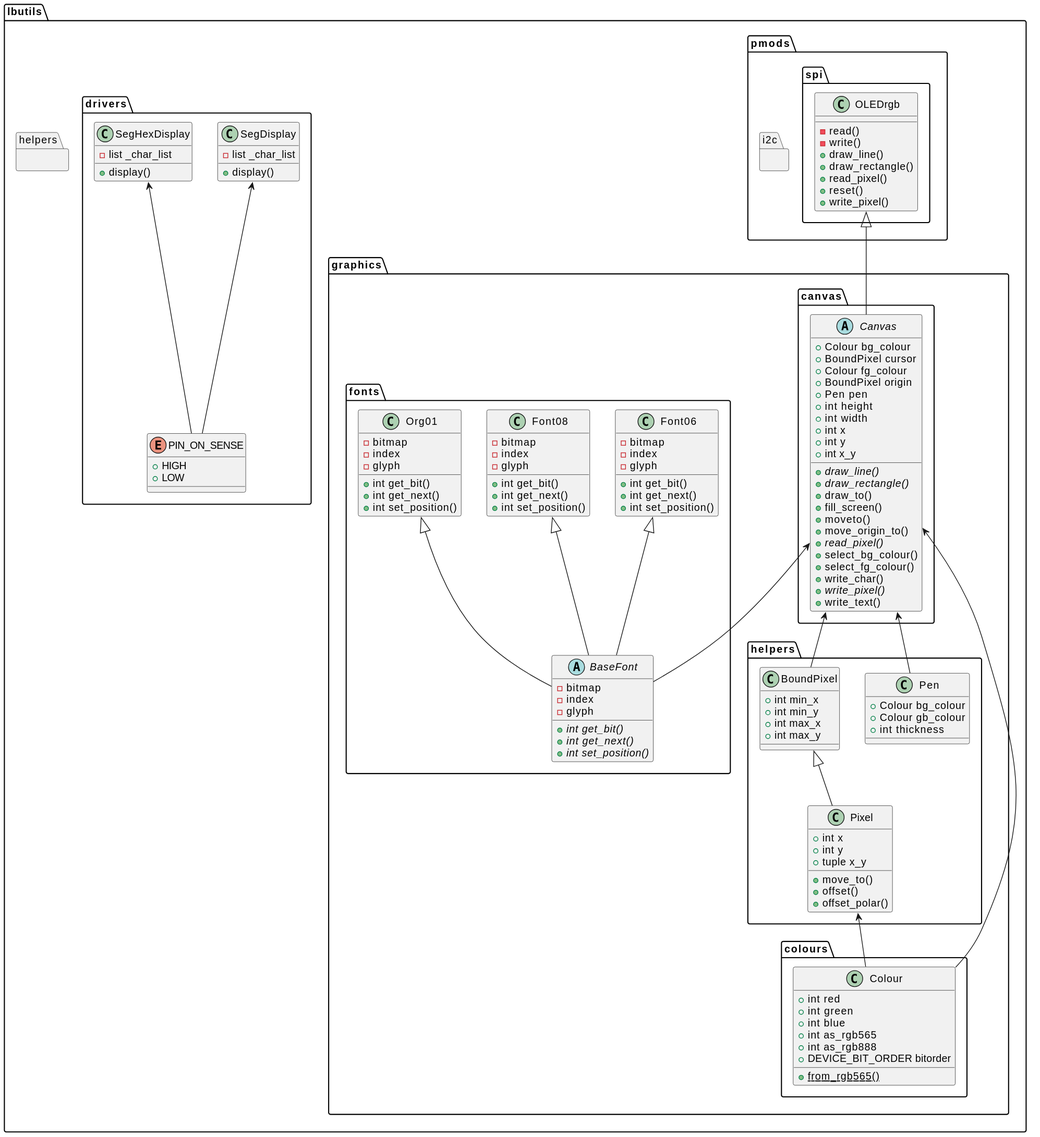
Earlier version of the PlantUML export docs/media/lbutils.svg (dlove24/lbutils). The source it was exported from:
```plantuml
@startuml
namespace lbutils {
    namespace drivers {
        class SegDisplay {
            - list _char_list
            + display()
            }
        class SegHexDisplay {
            - list _char_list
            + display()
            }
        enum PIN_ON_SENSE {
            + HIGH
            + LOW
        }
    }
    namespace graphics {
    namespace helpers {
        class Pen {
            +Colour bg_colour
            +Colour gb_colour
            +int thickness
            }
        class Pixel {
            +int x
            +int y
            +tuple x_y
            +move_to()
            +offset()
            +offset_polar()
            }
        class BoundPixel {
            +int min_x
            +int min_y
            +int max_x
            +int max_y
            }
    }
    namespace fonts {
        abstract class BaseFont {
            - bitmap
            - index
            - glyph
            {abstract} +int get_bit()
            {abstract} +int get_next()
            {abstract} +int set_position()
            }
        class Font06 {
            - bitmap
            - index
            - glyph
            +int get_bit()
            +int get_next()
            +int set_position()
            }
        class Font08{
            - bitmap
            - index
            - glyph
            +int get_bit()
            +int get_next()
            +int set_position()
            }
        class Org01{
            - bitmap
            - index
            - glyph
            +int get_bit()
            +int get_next()
            +int set_position()
            }

        }
    namespace colours {
        class Colour {
            +int red
            +int green
            +int blue
            +int as_rgb565
            +int as_rgb888
            +DEVICE_BIT_ORDER bitorder
            {static} +from_rgb565()
        }
    }
    namespace canvas {
        abstract class Canvas {
            +Colour bg_colour
            +BoundPixel cursor
            +Colour fg_colour
            +BoundPixel origin
            +Pen pen
            +int height
            +int width
            +int x
            +int y
            +int x_y
            {abstract} +draw_line()
            {abstract} +draw_rectangle()
            +draw_to()
            +fill_screen()
            +moveto()
            +move_origin_to()
            {abstract} +read_pixel()
            +select_bg_colour()
            +select_fg_colour()
            +write_char()
            {abstract} +write_pixel()
            +write_text()
            }
        }
    }
    namespace helpers {
    }
    namespace pmods {
        namespace i2c {
        }
        namespace spi {
            class OLEDrgb {
                - read()
                - write()
                + draw_line()
                + draw_rectangle()
                + read_pixel()
                + reset()
                + write_pixel()
                }
        }
    }
}

lbutils.drivers.SegDisplay <-- lbutils.drivers.PIN_ON_SENSE
lbutils.drivers.SegHexDisplay <-- lbutils.drivers.PIN_ON_SENSE

lbutils.graphics.fonts.Font06 <|-- lbutils.graphics.fonts.BaseFont
lbutils.graphics.fonts.Font08 <|-- lbutils.graphics.fonts.BaseFont
lbutils.graphics.fonts.Org01 <|-- lbutils.graphics.fonts.BaseFont

lbutils.graphics.helpers.Pixel <-- lbutils.graphics.colours.Colour
lbutils.graphics.helpers.BoundPixel <|-- lbutils.graphics.helpers.Pixel

lbutils.graphics.canvas.Canvas <-- lbutils.graphics.colours.Colour
lbutils.graphics.canvas.Canvas <-- lbutils.graphics.helpers.BoundPixel
lbutils.graphics.canvas.Canvas <-- lbutils.graphics.helpers.Pen
lbutils.graphics.canvas.Canvas <-- lbutils.graphics.fonts.BaseFont

lbutils.pmods.spi.OLEDrgb <|-- lbutils.graphics.canvas.Canvas
@enduml
```
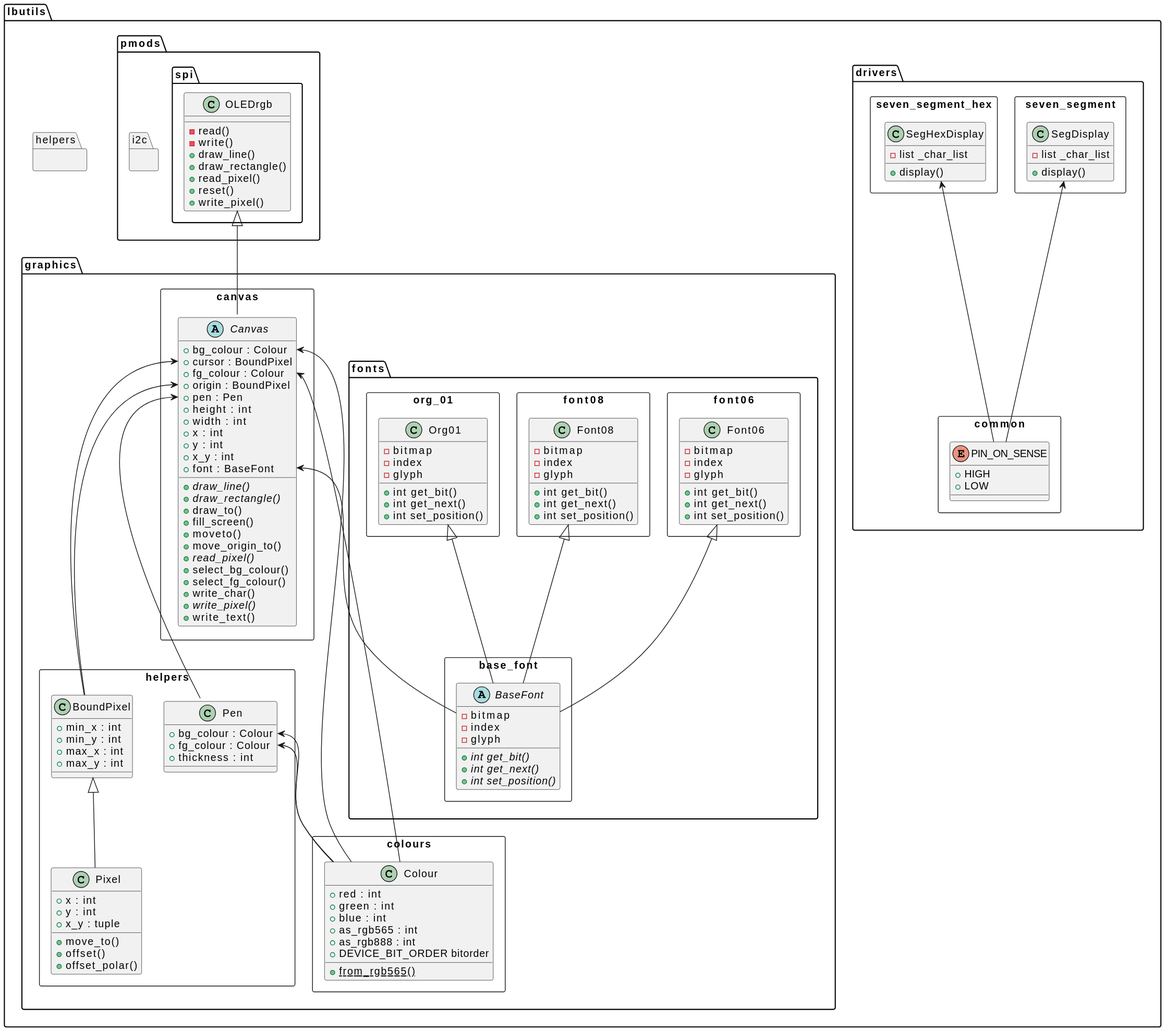
After the change.

Diff of the diagram source:
```diff
@@ -1,99 +1,113 @@
 @startuml
 namespace lbutils {
     namespace drivers {
-        class SegDisplay {
-            - list _char_list
-            + display()
+        namespace seven_segment <<Rectangle>> {
+            class SegDisplay {
+                - list _char_list
+                + display()
+                }
+        }
+        namespace seven_segment_hex <<Rectangle>> {
+            class SegHexDisplay {
+                - list _char_list
+                + display()
+                }
+        }
+        namespace common <<Rectangle>> {
+            enum PIN_ON_SENSE {
+                + HIGH
+                + LOW
             }
-        class SegHexDisplay {
-            - list _char_list
-            + display()
-            }
-        enum PIN_ON_SENSE {
-            + HIGH
-            + LOW
         }
     }
     namespace graphics {
-    namespace helpers {
+        namespace fonts {
+            namespace base_font <<Rectangle>> {
+                abstract class BaseFont {
+                    - bitmap
+                    - index
+                    - glyph
+                    {abstract} +int get_bit()
+                    {abstract} +int get_next()
+                    {abstract} +int set_position()
+                }
+            }
+            namespace font06 <<Rectangle>> {
+                class Font06 {
+                    - bitmap
+                    - index
+                    - glyph
+                    +int get_bit()
+                    +int get_next()
+                    +int set_position()
+                }
+            }
+            namespace font08 <<Rectangle>> {
+                class Font08{
+                    - bitmap
+                    - index
+                    - glyph
+                    +int get_bit()
+                    +int get_next()
+                    +int set_position()
+                }
+            }
+            namespace org_01 <<Rectangle>> {
+                class Org01{
+                    - bitmap
+                    - index
+                    - glyph
+                    +int get_bit()
+                    +int get_next()
+                    +int set_position()
+                }
+            }
+        }
+    namespace helpers <<Rectangle>> {
         class Pen {
-            +Colour bg_colour
-            +Colour gb_colour
-            +int thickness
+            + bg_colour : Colour
+            + fg_colour : Colour
+            + thickness : int
             }
         class Pixel {
-            +int x
-            +int y
-            +tuple x_y
+            + x : int
+            + y : int
+            + x_y : tuple
             +move_to()
             +offset()
             +offset_polar()
             }
         class BoundPixel {
-            +int min_x
-            +int min_y
-            +int max_x
-            +int max_y
+            + min_x : int
+            + min_y : int
+            + max_x : int
+            + max_y : int
             }
     }
-    namespace fonts {
-        abstract class BaseFont {
-            - bitmap
-            - index
-            - glyph
-            {abstract} +int get_bit()
-            {abstract} +int get_next()
-            {abstract} +int set_position()
-            }
-        class Font06 {
-            - bitmap
-            - index
-            - glyph
-            +int get_bit()
-            +int get_next()
-            +int set_position()
-            }
-        class Font08{
-            - bitmap
-            - index
-            - glyph
-            +int get_bit()
-            +int get_next()
-            +int set_position()
-            }
-        class Org01{
-            - bitmap
-            - index
-            - glyph
-            +int get_bit()
-            +int get_next()
-            +int set_position()
-            }
-
-        }
-    namespace colours {
+    namespace colours <<Rectangle>> {
         class Colour {
-            +int red
-            +int green
-            +int blue
-            +int as_rgb565
-            +int as_rgb888
+            + red : int
+            + green : int
+            + blue : int
+            + as_rgb565 : int
+            + as_rgb888 : int
             +DEVICE_BIT_ORDER bitorder
             {static} +from_rgb565()
         }
     }
-    namespace canvas {
+    namespace canvas <<Rectangle>> {
         abstract class Canvas {
-            +Colour bg_colour
-            +BoundPixel cursor
-            +Colour fg_colour
-            +BoundPixel origin
-            +Pen pen
-            +int height
-            +int width
-            +int x
-            +int y
-            +int x_y
+            + bg_colour : Colour
+            + cursor : BoundPixel
+            + fg_colour : Colour
+            + origin : BoundPixel
+            + pen : Pen
+            + height : int
+            + width : int
+            + x : int
+            + y : int
+            + x_y : int
+            + font : BaseFont
             {abstract} +draw_line()
             {abstract} +draw_rectangle()
             +draw_to()
@@ -128,20 +142,24 @@
     }
 }
 
-lbutils.drivers.SegDisplay <-- lbutils.drivers.PIN_ON_SENSE
-lbutils.drivers.SegHexDisplay <-- lbutils.drivers.PIN_ON_SENSE
+lbutils.drivers.seven_segment.SegDisplay <-- lbutils.drivers.common.PIN_ON_SENSE
+lbutils.drivers.seven_segment_hex.SegHexDisplay <-- lbutils.drivers.common.PIN_ON_SENSE
 
-lbutils.graphics.fonts.Font06 <|-- lbutils.graphics.fonts.BaseFont
-lbutils.graphics.fonts.Font08 <|-- lbutils.graphics.fonts.BaseFont
-lbutils.graphics.fonts.Org01 <|-- lbutils.graphics.fonts.BaseFont
+lbutils.graphics.fonts.font06.Font06 <|-- lbutils.graphics.fonts.base_font.BaseFont
+lbutils.graphics.fonts.font08.Font08 <|-- lbutils.graphics.fonts.base_font.BaseFont
+lbutils.graphics.fonts.org_01.Org01 <|-- lbutils.graphics.fonts.base_font.BaseFont
 
-lbutils.graphics.helpers.Pixel <-- lbutils.graphics.colours.Colour
+lbutils.graphics.helpers.Pen::bg_colour <-- lbutils.graphics.colours.Colour
+lbutils.graphics.helpers.Pen::fg_colour <-- lbutils.graphics.colours.Colour
+
 lbutils.graphics.helpers.BoundPixel <|-- lbutils.graphics.helpers.Pixel
 
-lbutils.graphics.canvas.Canvas <-- lbutils.graphics.colours.Colour
-lbutils.graphics.canvas.Canvas <-- lbutils.graphics.helpers.BoundPixel
-lbutils.graphics.canvas.Canvas <-- lbutils.graphics.helpers.Pen
-lbutils.graphics.canvas.Canvas <-- lbutils.graphics.fonts.BaseFont
+lbutils.graphics.canvas.Canvas::bg_colour <-- lbutils.graphics.colours.Colour
+lbutils.graphics.canvas.Canvas::fg_colour <-- lbutils.graphics.colours.Colour
+lbutils.graphics.canvas.Canvas::cursor <-- lbutils.graphics.helpers.BoundPixel
+lbutils.graphics.canvas.Canvas::origin <-- lbutils.graphics.helpers.BoundPixel
+lbutils.graphics.canvas.Canvas::pen <-- lbutils.graphics.helpers.Pen
+lbutils.graphics.canvas.Canvas::font <-- lbutils.graphics.fonts.base_font.BaseFont
 
 lbutils.pmods.spi.OLEDrgb <|-- lbutils.graphics.canvas.Canvas
 @enduml
```
